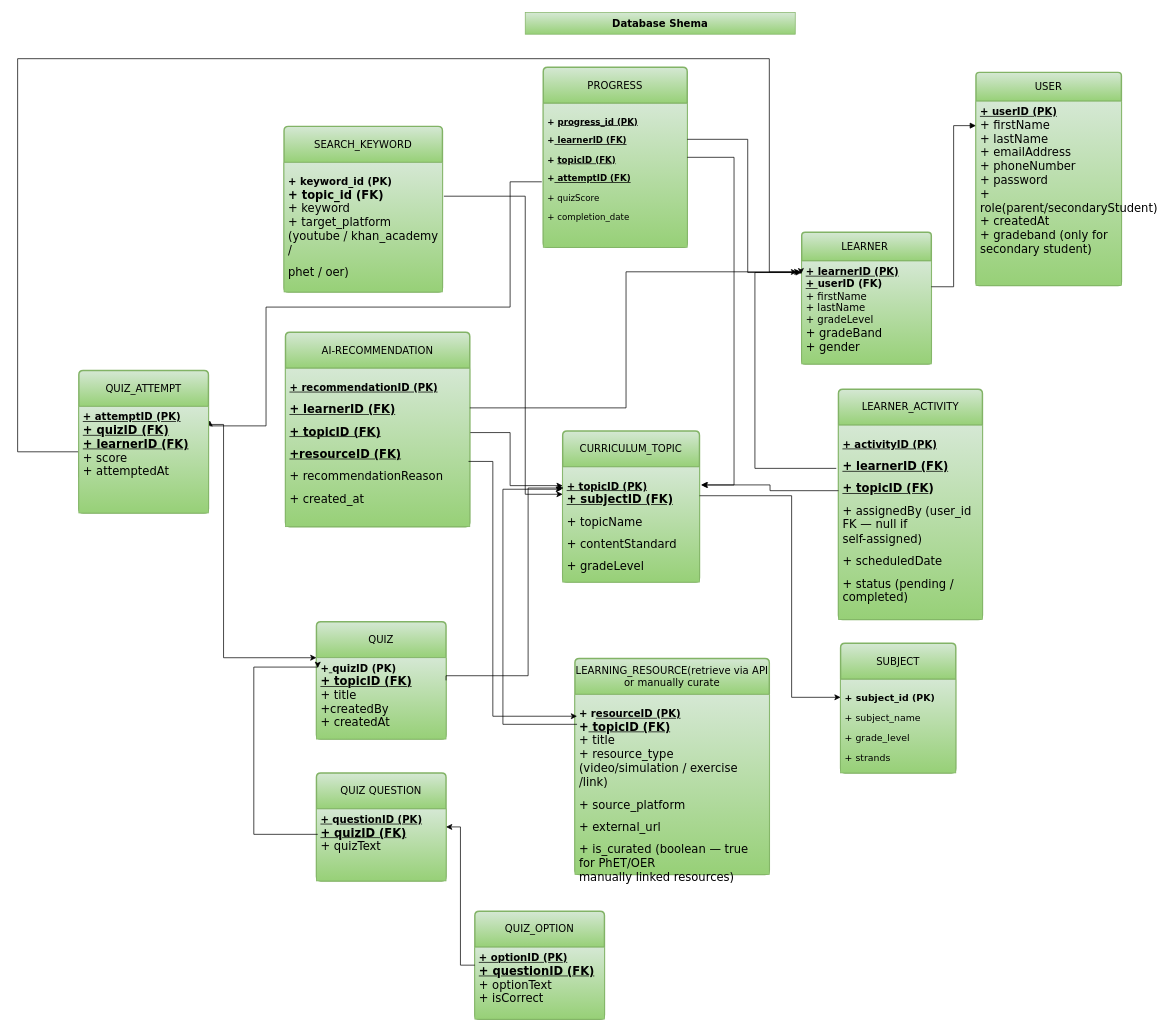
Nash230/IS406-Final-Year-Major-Project keeps this draw.io diagram as page "Database Shema" (6 of 8) of Use Case Diagram.drawio. Above is the earlier version. Source tidied: cells renumbered, new cells numbered last; positions are measured from the earlier drawing's top-left corner, leaving out a move shared by most shapes. Both pictures are drawn from the tidied source at 72%, with x=0, y=0 at pixel (17, 12).
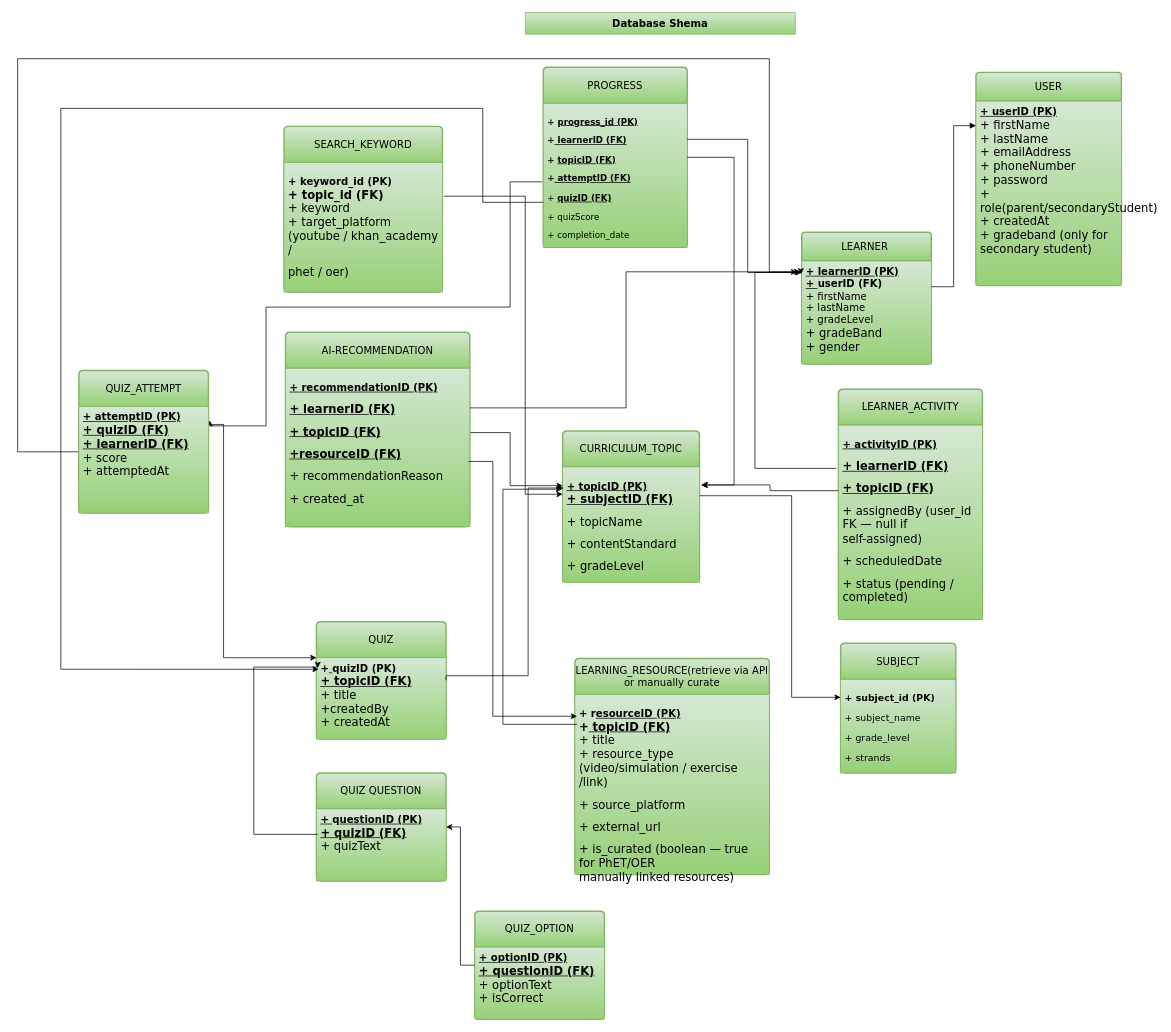
Above is the later version.

The change refers to these unchanged cells:
```xml
<mxCell id="15" value="PROGRESS" style="swimlane;horizontal=1;startSize=50;rounded=1;fontSize=14;fontStyle=0;strokeWidth=2;shadow=0;dashed=0;align=center;arcSize=4;whiteSpace=wrap;html=1;fontFamily=Verdana;fillColor=#d5e8d4;gradientColor=#97d077;strokeColor=#82b366;" parent="1" vertex="1">
  <mxGeometry x="730" y="76" width="200" height="250" as="geometry" />
</mxCell>
<mxCell id="23" value="&lt;div&gt;&lt;b&gt;&lt;font style=&quot;font-size: 14px;&quot; face=&quot;Verdana&quot;&gt;+&lt;u&gt; &lt;/u&gt;quizID (PK)&lt;/font&gt;&lt;/b&gt;&lt;/div&gt;&lt;div&gt;&lt;b&gt;&lt;u&gt;&lt;font size=&quot;3&quot; face=&quot;Verdana&quot;&gt;+ topicID (FK)&lt;/font&gt;&lt;/u&gt;&lt;/b&gt;&lt;/div&gt;&lt;div&gt;&lt;font size=&quot;3&quot; face=&quot;Verdana&quot;&gt;+ title&lt;/font&gt;&lt;/div&gt;&lt;div&gt;&lt;font size=&quot;3&quot; face=&quot;Verdana&quot;&gt;+createdBy&lt;/font&gt;&lt;/div&gt;&lt;div&gt;&lt;font size=&quot;3&quot; face=&quot;Verdana&quot;&gt;+ createdAt&lt;/font&gt;&lt;/div&gt;" style="align=left;strokeColor=#82b366;fillColor=#d5e8d4;spacingLeft=4;spacingRight=4;fontSize=12;verticalAlign=top;html=1;whiteSpace=wrap;gradientColor=#97d077;" parent="22" vertex="1">
  <mxGeometry y="50" width="180" height="113" as="geometry" />
</mxCell>
```

The edit, as a diff of the source:
```diff
@@
-    <mxCell id="16" value="&lt;p class=&quot;MsoNormal&quot; style=&quot;margin-bottom:0in;margin-bottom:.0001pt;text-align:&amp;lt;br/&amp;gt;justify;text-justify:inter-ideograph&quot;&gt;&lt;b&gt;&lt;font face=&quot;Verdana&quot;&gt;&lt;span lang=&quot;EN-AU&quot; style=&quot;mso-ansi-language:&amp;lt;br/&amp;gt;EN-AU;mso-bidi-font-weight:bold&quot;&gt;+ &lt;u&gt;progress_id (PK)&lt;/u&gt;&lt;/span&gt;&lt;/font&gt;&lt;/b&gt;&lt;/p&gt;&lt;p class=&quot;MsoNormal&quot; style=&quot;margin-bottom:0in;margin-bottom:.0001pt;text-align:&amp;lt;br/&amp;gt;justify;text-justify:inter-ideograph&quot;&gt;&lt;b&gt;&lt;font face=&quot;Verdana&quot;&gt;&lt;span lang=&quot;EN-AU&quot; style=&quot;mso-ansi-language:&amp;lt;br/&amp;gt;EN-AU;mso-bidi-font-weight:bold&quot;&gt;+&lt;u&gt; learnerID&amp;nbsp;(FK)&lt;/u&gt;&lt;/span&gt;&lt;/font&gt;&lt;/b&gt;&lt;/p&gt;&lt;p class=&quot;MsoNormal&quot; style=&quot;margin-bottom:0in;margin-bottom:.0001pt;text-align:&amp;lt;br/&amp;gt;justify;text-justify:inter-ideograph&quot;&gt;&lt;b&gt;&lt;font face=&quot;Verdana&quot;&gt;&lt;span lang=&quot;EN-AU&quot; style=&quot;mso-ansi-language:&amp;lt;br/&amp;gt;EN-AU;mso-bidi-font-weight:bold&quot;&gt;+ &lt;u&gt;topicID (FK)&lt;/u&gt;&lt;/span&gt;&lt;/font&gt;&lt;/b&gt;&lt;/p&gt;&lt;p class=&quot;MsoNormal&quot; style=&quot;margin-bottom:0in;margin-bottom:.0001pt;text-align:&amp;lt;br/&amp;gt;justify;text-justify:inter-ideograph&quot;&gt;&lt;b&gt;&lt;font face=&quot;Verdana&quot;&gt;&lt;span lang=&quot;EN-AU&quot; style=&quot;mso-ansi-language:&amp;lt;br/&amp;gt;EN-AU;mso-bidi-font-weight:bold&quot;&gt;+&lt;u&gt;&amp;nbsp;attemptID (FK)&lt;/u&gt;&lt;/span&gt;&lt;/font&gt;&lt;/b&gt;&lt;/p&gt;&lt;p class=&quot;MsoNormal&quot; style=&quot;margin-bottom:0in;margin-bottom:.0001pt;text-align:&amp;lt;br/&amp;gt;justify;text-justify:inter-ideograph&quot;&gt;&lt;font face=&quot;Verdana&quot;&gt;&lt;span lang=&quot;EN-AU&quot; style=&quot;mso-ansi-language:&amp;lt;br/&amp;gt;EN-AU;mso-bidi-font-weight:bold&quot;&gt;+ quizScore&lt;/span&gt;&lt;/font&gt;&lt;/p&gt;&lt;p class=&quot;MsoNormal&quot; style=&quot;margin-bottom:0in;margin-bottom:.0001pt;text-align:&amp;lt;br/&amp;gt;justify;text-justify:inter-ideograph&quot;&gt;&lt;font face=&quot;Verdana&quot;&gt;&lt;span lang=&quot;EN-AU&quot; style=&quot;mso-ansi-language:&amp;lt;br/&amp;gt;EN-AU;mso-bidi-font-weight:bold&quot;&gt;+ completion_date&lt;/span&gt;&lt;/font&gt;&lt;/p&gt;&lt;font face=&quot;Verdana&quot;&gt;&lt;br&gt;&lt;/font&gt;&lt;div&gt;&lt;font face=&quot;Verdana&quot;&gt;&lt;br&gt;&lt;/font&gt;&lt;/div&gt;" style="align=left;strokeColor=#82b366;fillColor=#d5e8d4;spacingLeft=4;spacingRight=4;fontSize=12;verticalAlign=top;html=1;whiteSpace=wrap;gradientColor=#97d077;" parent="15" vertex="1">
+    <mxCell id="16" value="&lt;p class=&quot;MsoNormal&quot; style=&quot;margin-bottom:0in;margin-bottom:.0001pt;text-align:&amp;lt;br/&amp;gt;justify;text-justify:inter-ideograph&quot;&gt;&lt;b&gt;&lt;font face=&quot;Verdana&quot;&gt;&lt;span lang=&quot;EN-AU&quot; style=&quot;mso-ansi-language:&amp;lt;br/&amp;gt;EN-AU;mso-bidi-font-weight:bold&quot;&gt;+ &lt;u&gt;progress_id (PK)&lt;/u&gt;&lt;/span&gt;&lt;/font&gt;&lt;/b&gt;&lt;/p&gt;&lt;p class=&quot;MsoNormal&quot; style=&quot;margin-bottom:0in;margin-bottom:.0001pt;text-align:&amp;lt;br/&amp;gt;justify;text-justify:inter-ideograph&quot;&gt;&lt;b&gt;&lt;font face=&quot;Verdana&quot;&gt;&lt;span lang=&quot;EN-AU&quot; style=&quot;mso-ansi-language:&amp;lt;br/&amp;gt;EN-AU;mso-bidi-font-weight:bold&quot;&gt;+&lt;u&gt; learnerID&amp;nbsp;(FK)&lt;/u&gt;&lt;/span&gt;&lt;/font&gt;&lt;/b&gt;&lt;/p&gt;&lt;p class=&quot;MsoNormal&quot; style=&quot;margin-bottom:0in;margin-bottom:.0001pt;text-align:&amp;lt;br/&amp;gt;justify;text-justify:inter-ideograph&quot;&gt;&lt;b&gt;&lt;font face=&quot;Verdana&quot;&gt;&lt;span lang=&quot;EN-AU&quot; style=&quot;mso-ansi-language:&amp;lt;br/&amp;gt;EN-AU;mso-bidi-font-weight:bold&quot;&gt;+ &lt;u&gt;topicID (FK)&lt;/u&gt;&lt;/span&gt;&lt;/font&gt;&lt;/b&gt;&lt;/p&gt;&lt;p class=&quot;MsoNormal&quot; style=&quot;margin-bottom:0in;margin-bottom:.0001pt;text-align:&amp;lt;br/&amp;gt;justify;text-justify:inter-ideograph&quot;&gt;&lt;b&gt;&lt;font face=&quot;Verdana&quot;&gt;&lt;span lang=&quot;EN-AU&quot; style=&quot;mso-ansi-language:&amp;lt;br/&amp;gt;EN-AU;mso-bidi-font-weight:bold&quot;&gt;+&lt;u&gt;&amp;nbsp;attemptID (FK)&lt;/u&gt;&lt;/span&gt;&lt;/font&gt;&lt;/b&gt;&lt;/p&gt;&lt;p class=&quot;MsoNormal&quot; style=&quot;margin-bottom:0in;margin-bottom:.0001pt;text-align:&amp;lt;br/&amp;gt;justify;text-justify:inter-ideograph&quot;&gt;&lt;font face=&quot;Verdana&quot;&gt;&lt;span lang=&quot;EN-AU&quot; style=&quot;mso-ansi-language:&amp;lt;br/&amp;gt;EN-AU;mso-bidi-font-weight:bold&quot;&gt;+&amp;nbsp;&lt;b&gt;&lt;u&gt;quizID (FK)&lt;/u&gt;&lt;/b&gt;&lt;/span&gt;&lt;/font&gt;&lt;/p&gt;&lt;p class=&quot;MsoNormal&quot; style=&quot;margin-bottom:0in;margin-bottom:.0001pt;text-align:&amp;lt;br/&amp;gt;justify;text-justify:inter-ideograph&quot;&gt;&lt;font face=&quot;Verdana&quot;&gt;&lt;span lang=&quot;EN-AU&quot; style=&quot;mso-ansi-language:&amp;lt;br/&amp;gt;EN-AU;mso-bidi-font-weight:bold&quot;&gt;+ quizScore&lt;/span&gt;&lt;/font&gt;&lt;/p&gt;&lt;p class=&quot;MsoNormal&quot; style=&quot;margin-bottom:0in;margin-bottom:.0001pt;text-align:&amp;lt;br/&amp;gt;justify;text-justify:inter-ideograph&quot;&gt;&lt;font face=&quot;Verdana&quot;&gt;&lt;span lang=&quot;EN-AU&quot; style=&quot;mso-ansi-language:&amp;lt;br/&amp;gt;EN-AU;mso-bidi-font-weight:bold&quot;&gt;+ completion_date&lt;/span&gt;&lt;/font&gt;&lt;/p&gt;&lt;font face=&quot;Verdana&quot;&gt;&lt;br&gt;&lt;/font&gt;&lt;div&gt;&lt;font face=&quot;Verdana&quot;&gt;&lt;br&gt;&lt;/font&gt;&lt;/div&gt;" style="align=left;strokeColor=#82b366;fillColor=#d5e8d4;spacingLeft=4;spacingRight=4;fontSize=12;verticalAlign=top;html=1;whiteSpace=wrap;gradientColor=#97d077;" parent="15" vertex="1">
       <mxGeometry y="50" width="200" height="200" as="geometry" />
     </mxCell>
@@
+    <mxCell id="47" style="endArrow=classic;html=1;rounded=0;entryX=0.017;entryY=0.142;entryDx=0;entryDy=0;entryPerimeter=0;edgeStyle=orthogonalEdgeStyle;exitX=0;exitY=0.75;exitDx=0;exitDy=0;" parent="1" edge="1" source="15" target="23">
+      <mxGeometry relative="1" as="geometry">
+        <Array as="points">
+          <mxPoint x="646" y="263" />
+          <mxPoint x="646" y="133" />
+          <mxPoint x="60" y="133" />
+          <mxPoint x="60" y="912" />
+        </Array>
+      </mxGeometry>
+    </mxCell>
```
